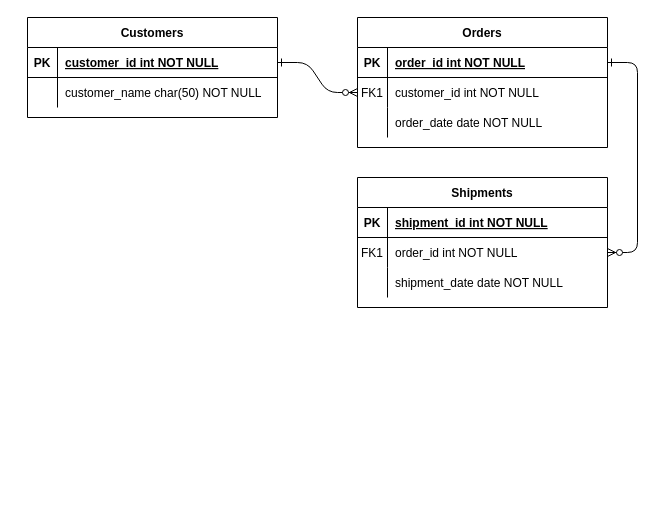
Above: Untitled Diagram.drawio in AdrianID/Biodata-web (draw.io), before the change. Source tidied: cells renumbered, new cells numbered last; positions are measured from the earlier drawing's top-left corner, leaving out a move shared by most shapes. Both pictures are drawn from the tidied source at 100%, with x=0, y=0 at pixel (27, 17).
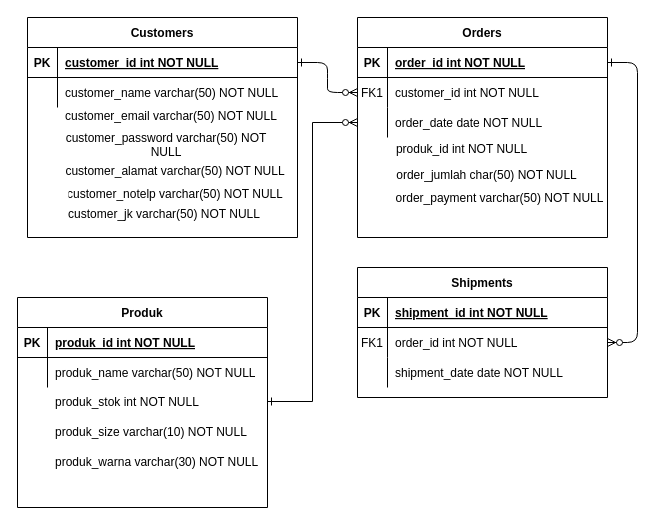
Above is the later version.

Unchanged cells that the change refers to:
```xml
<mxCell id="11" style="shape=partialRectangle;fillColor=none;points=[[0,0.5],[1,0.5]];portConstraint=eastwest;top=0;left=0;right=0;bottom=0;" parent="4" vertex="1">
  <mxGeometry y="90" width="250" height="30" as="geometry" />
</mxCell>
```

What changed in the source:
```diff
@@
     <mxCell id="4" value="Orders" style="shape=table;startSize=30;childLayout=tableLayout;rowLines=0;fontStyle=1;align=center;" parent="1" vertex="1">
-      <mxGeometry x="330" width="250" height="130" as="geometry" />
+      <mxGeometry x="330" width="250" height="220" as="geometry" />
     </mxCell>
@@
     <mxCell id="14" value="Shipments" style="shape=table;startSize=30;childLayout=tableLayout;rowLines=0;fontStyle=1;align=center;" parent="1" vertex="1">
-      <mxGeometry x="330" y="160" width="250" height="130" as="geometry" />
+      <mxGeometry x="330" y="250" width="250" height="130" as="geometry" />
     </mxCell>
@@
     <mxCell id="24" value="Customers" style="shape=table;startSize=30;childLayout=tableLayout;rowLines=0;fontStyle=1;align=center;" parent="1" vertex="1">
-      <mxGeometry width="250" height="100" as="geometry" />
+      <mxGeometry width="270" height="220" as="geometry" />
     </mxCell>
     <mxCell id="25" style="shape=partialRectangle;fillColor=none;points=[[0,0.5],[1,0.5]];portConstraint=eastwest;top=0;left=0;right=0;bottom=1;" parent="24" vertex="1">
-      <mxGeometry y="30" width="250" height="30" as="geometry" />
+      <mxGeometry y="30" width="270" height="30" as="geometry" />
     </mxCell>
@@
     <mxCell id="27" value="customer_id int NOT NULL " style="shape=partialRectangle;overflow=hidden;fillColor=none;top=0;left=0;bottom=0;right=0;align=left;spacingLeft=6;fontStyle=5;" parent="25" vertex="1">
-      <mxGeometry x="30" width="220" height="30" as="geometry" />
+      <mxGeometry x="30" width="240" height="30" as="geometry" />
     </mxCell>
     <mxCell id="28" style="shape=partialRectangle;fillColor=none;top=0;left=0;right=0;bottom=0;" parent="24" vertex="1">
-      <mxGeometry y="60" width="250" height="30" as="geometry" />
+      <mxGeometry y="60" width="270" height="30" as="geometry" />
     </mxCell>
@@
-    <mxCell id="30" value="customer_name char(50) NOT NULL" style="shape=partialRectangle;overflow=hidden;fillColor=none;top=0;left=0;bottom=0;right=0;align=left;spacingLeft=6;" parent="28" vertex="1">
-      <mxGeometry x="30" width="220" height="30" as="geometry" />
+    <mxCell id="30" value="customer_name varchar(50) NOT NULL" style="shape=partialRectangle;overflow=hidden;fillColor=none;top=0;left=0;bottom=0;right=0;align=left;spacingLeft=6;" parent="28" vertex="1">
+      <mxGeometry x="30" width="240" height="30" as="geometry" />
     </mxCell>
+    <mxCell id="31" value="Produk" style="shape=table;startSize=30;childLayout=tableLayout;rowLines=0;fontStyle=1;align=center;" parent="1" vertex="1">
+      <mxGeometry x="-10" y="280" width="250" height="210" as="geometry" />
+    </mxCell>
+    <mxCell id="32" style="shape=partialRectangle;fillColor=none;top=0;left=0;right=0;bottom=1;" parent="31" vertex="1">
+      <mxGeometry y="30" width="250" height="30" as="geometry" />
+    </mxCell>
+    <mxCell id="33" value="PK" style="shape=partialRectangle;overflow=hidden;fillColor=none;top=0;left=0;bottom=0;right=0;fontStyle=1;" parent="32" vertex="1">
+      <mxGeometry width="30" height="30" as="geometry" />
+    </mxCell>
+    <mxCell id="34" value="produk_id int NOT NULL " style="shape=partialRectangle;overflow=hidden;fillColor=none;top=0;left=0;bottom=0;right=0;align=left;spacingLeft=6;fontStyle=5;" parent="32" vertex="1">
+      <mxGeometry x="30" width="220" height="30" as="geometry" />
+    </mxCell>
+    <mxCell id="35" style="shape=partialRectangle;fillColor=none;top=0;left=0;right=0;bottom=0;" parent="31" vertex="1">
+      <mxGeometry y="60" width="250" height="30" as="geometry" />
+    </mxCell>
+    <mxCell id="36" style="shape=partialRectangle;overflow=hidden;fillColor=none;top=0;left=0;bottom=0;right=0;" parent="35" vertex="1">
+      <mxGeometry width="30" height="30" as="geometry" />
+    </mxCell>
+    <mxCell id="37" value="produk_name varchar(50) NOT NULL" style="shape=partialRectangle;overflow=hidden;fillColor=none;top=0;left=0;bottom=0;right=0;align=left;spacingLeft=6;" parent="35" vertex="1">
+      <mxGeometry x="30" width="220" height="30" as="geometry" />
+    </mxCell>
+    <mxCell id="38" value="produk_id int NOT NULL" style="text;html=1;align=center;verticalAlign=middle;" parent="1" vertex="1">
+      <mxGeometry x="359" y="122" width="150" height="20" as="geometry" />
+    </mxCell>
+    <mxCell id="39" value="order_jumlah char(50) NOT NULL" style="text;html=1;align=center;verticalAlign=middle;" parent="1" vertex="1">
+      <mxGeometry x="359" y="148" width="200" height="20" as="geometry" />
+    </mxCell>
+    <mxCell id="40" value="order_payment varchar(50) NOT NULL" style="text;html=1;align=center;verticalAlign=middle;" parent="1" vertex="1">
+      <mxGeometry x="362" y="171" width="220" height="20" as="geometry" />
+    </mxCell>
+    <mxCell id="41" value="customer_email varchar(50) NOT NULL" style="shape=partialRectangle;overflow=hidden;fillColor=none;top=0;left=0;bottom=0;right=0;align=left;spacingLeft=6;" parent="1" vertex="1">
+      <mxGeometry x="30" y="83" width="220" height="30" as="geometry" />
+    </mxCell>
+    <mxCell id="42" value="customer_password varchar(50) NOT &#10;NULL" style="shape=partialRectangle;overflow=hidden;fillColor=none;top=0;left=0;bottom=0;right=0;align=center;spacingLeft=6;" parent="1" vertex="1">
+      <mxGeometry x="26" y="112" width="220" height="30" as="geometry" />
+    </mxCell>
+    <mxCell id="43" value="customer_alamat varchar(50) NOT NULL" style="shape=partialRectangle;overflow=hidden;fillColor=none;top=0;left=0;bottom=0;right=0;align=center;spacingLeft=6;" parent="1" vertex="1">
+      <mxGeometry x="30" y="138" width="230" height="30" as="geometry" />
+    </mxCell>
+    <mxCell id="44" value="customer_notelp varchar(50) NOT NULL" style="shape=partialRectangle;overflow=hidden;fillColor=none;top=0;left=0;bottom=0;right=0;align=center;spacingLeft=6;" parent="1" vertex="1">
+      <mxGeometry x="35" y="161" width="220" height="30" as="geometry" />
+    </mxCell>
+    <mxCell id="45" value="customer_jk varchar(50) NOT NULL" style="shape=partialRectangle;overflow=hidden;fillColor=none;top=0;left=0;bottom=0;right=0;align=center;spacingLeft=6;" parent="1" vertex="1">
+      <mxGeometry x="24" y="181" width="220" height="30" as="geometry" />
+    </mxCell>
+    <mxCell id="46" style="shape=partialRectangle;fillColor=none;points=[[0,0.5],[1,0.5]];portConstraint=eastwest;top=0;left=0;right=0;bottom=0;" parent="1" vertex="1">
+      <mxGeometry x="-10" y="369" width="250" height="30" as="geometry" />
+    </mxCell>
+    <mxCell id="47" style="shape=partialRectangle;overflow=hidden;fillColor=none;top=0;left=0;bottom=0;right=0;" parent="46" vertex="1">
+      <mxGeometry width="30" height="30" as="geometry" />
+    </mxCell>
+    <mxCell id="48" value="produk_stok int NOT NULL" style="shape=partialRectangle;overflow=hidden;fillColor=none;top=0;left=0;bottom=0;right=0;align=left;spacingLeft=6;" parent="46" vertex="1">
+      <mxGeometry x="30" width="220" height="30" as="geometry" />
+    </mxCell>
+    <mxCell id="49" style="shape=partialRectangle;fillColor=none;top=0;left=0;right=0;bottom=0;" parent="1" vertex="1">
+      <mxGeometry x="-10" y="390" width="250" height="30" as="geometry" />
+    </mxCell>
+    <mxCell id="50" style="shape=partialRectangle;overflow=hidden;fillColor=none;top=0;left=0;bottom=0;right=0;" parent="49" vertex="1">
+      <mxGeometry width="30" height="30" as="geometry" />
+    </mxCell>
+    <mxCell id="51" value="produk_size varchar(10) NOT NULL" style="shape=partialRectangle;overflow=hidden;fillColor=none;top=0;left=0;bottom=0;right=0;align=left;spacingLeft=6;" parent="1" vertex="1">
+      <mxGeometry x="20" y="399" width="220" height="30" as="geometry" />
+    </mxCell>
+    <mxCell id="52" value="produk_warna varchar(30) NOT NULL" style="shape=partialRectangle;overflow=hidden;fillColor=none;top=0;left=0;bottom=0;right=0;align=left;spacingLeft=6;" parent="1" vertex="1">
+      <mxGeometry x="20" y="429" width="220" height="30" as="geometry" />
+    </mxCell>
+    <mxCell id="53" style="edgeStyle=orthogonalEdgeStyle;rounded=0;jettySize=auto;html=1;startArrow=ERzeroToMany;startFill=1;endArrow=ERone;endFill=0;" parent="1" edge="1" source="11" target="46">
+      <mxGeometry relative="1" as="geometry" />
+    </mxCell>
```
